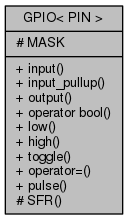
This is Arduino-GPIO/de/dd2/classGPIO__coll__graph.png from mikaelpatel/mikaelpatel.github.io, a Graphviz export, as it was before one commit. Its source is kept beside it as Arduino-GPIO/de/dd2/classGPIO__coll__graph.dot.
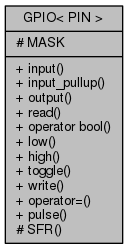
Later version of the same file.

Diff of the diagram source:
```diff
@@ -2,5 +2,5 @@
 {
   edge [fontname="Helvetica",fontsize="10",labelfontname="Helvetica",labelfontsize="10"];
   node [fontname="Helvetica",fontsize="10",shape=record];
-  Node1 [label="{GPIO\< PIN \>\n|# MASK\l|+ input()\l+ input_pullup()\l+ output()\l+ operator bool()\l+ low()\l+ high()\l+ toggle()\l+ operator=()\l+ pulse()\l# SFR()\l}",height=0.2,width=0.4,color="black", fillcolor="grey75", style="filled", fontcolor="black"];
+  Node1 [label="{GPIO\< PIN \>\n|# MASK\l|+ input()\l+ input_pullup()\l+ output()\l+ read()\l+ operator bool()\l+ low()\l+ high()\l+ toggle()\l+ write()\l+ operator=()\l+ pulse()\l# SFR()\l}",height=0.2,width=0.4,color="black", fillcolor="grey75", style="filled", fontcolor="black"];
 }
```
